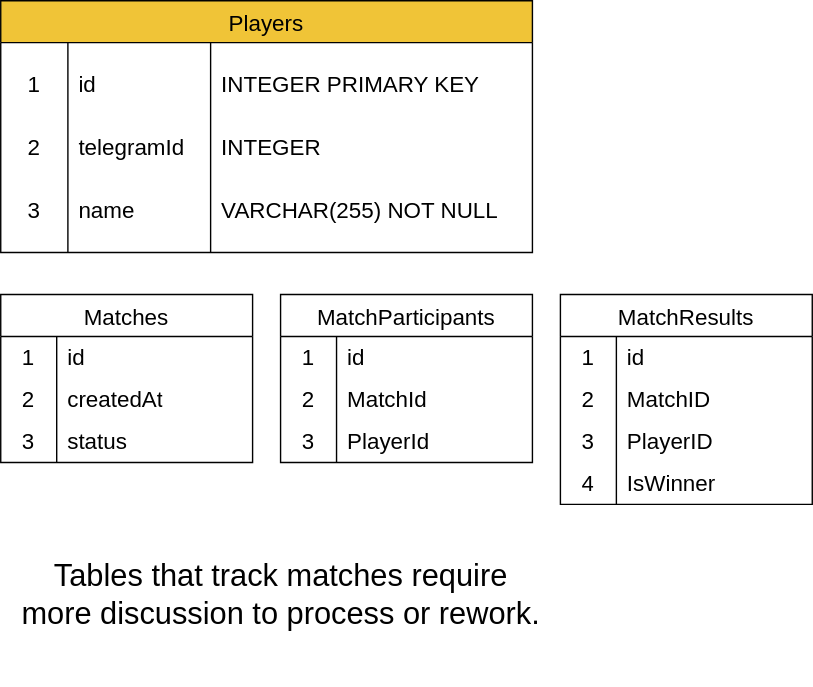
Earlier version of the draw.io export documentation/telegram-tennis-db-diagram.drawio.svg (excelsiooor-apps/dream-team). Source tidied: cells renumbered, new cells last; positions are measured from the earlier drawing's top-left corner, leaving out a move shared by most shapes.
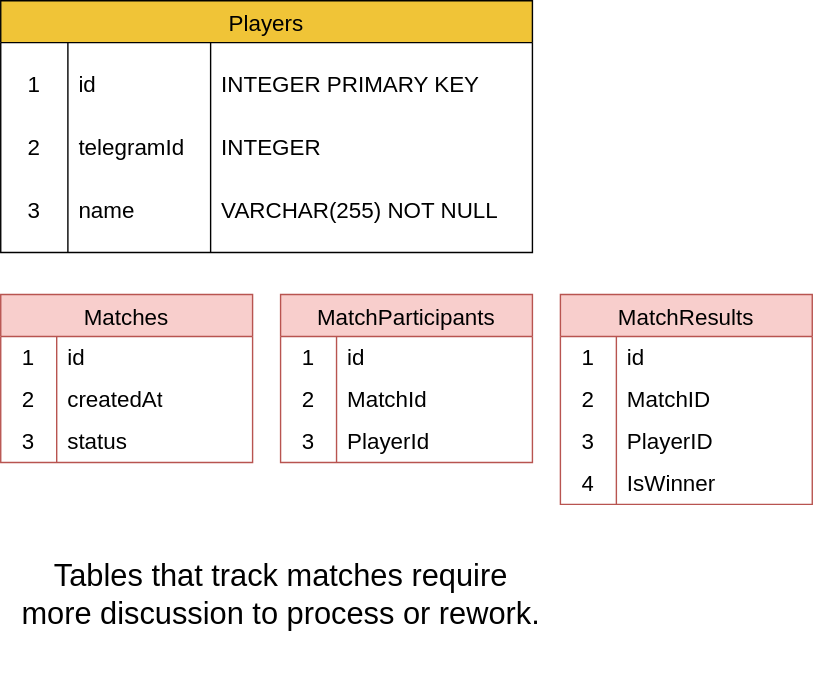
Above is the later version.

Commit message:
updating colors in tables telegram-tennis-db-diagram.drawio.svg

Diff of the diagram source:
```diff
@@ -41,7 +41,7 @@
     <mxCell id="14" value="VARCHAR(255) NOT NULL" style="shape=partialRectangle;html=1;whiteSpace=wrap;fillColor=none;top=0;left=0;bottom=0;right=0;align=left;spacingLeft=6;overflow=hidden;strokeColor=#000000;fontSize=16;strokeWidth=3;" parent="11" vertex="1">
       <mxGeometry x="150" width="230" height="60" as="geometry" />
     </mxCell>
-    <mxCell id="15" value="Matches " style="shape=table;startSize=30;rowLines=0;fontStyle=0;strokeColor=default;fontSize=16;" parent="1" vertex="1">
+    <mxCell id="15" value="Matches " style="shape=table;startSize=30;rowLines=0;fontStyle=0;strokeColor=#b85450;fontSize=16;fillColor=#f8cecc;" parent="1" vertex="1">
       <mxGeometry y="210" width="180" height="120" as="geometry" />
     </mxCell>
     <mxCell id="16" style="shape=tableRow;horizontal=0;startSize=0;swimlaneHead=0;swimlaneBody=0;top=0;left=0;bottom=0;right=0;fillColor=none;strokeColor=inherit;fontSize=16;" parent="15" vertex="1">
@@ -71,7 +71,7 @@
     <mxCell id="24" value="status" style="shape=partialRectangle;html=1;whiteSpace=wrap;fillColor=none;top=0;left=0;bottom=0;right=0;align=left;spacingLeft=6;overflow=hidden;strokeColor=inherit;fontSize=16;" parent="22" vertex="1">
       <mxGeometry x="40" width="140" height="30" as="geometry" />
     </mxCell>
-    <mxCell id="25" value="MatchParticipants " style="shape=table;startSize=30;rowLines=0;fontStyle=0;strokeColor=default;fontSize=16;" parent="1" vertex="1">
+    <mxCell id="25" value="MatchParticipants " style="shape=table;startSize=30;rowLines=0;fontStyle=0;strokeColor=#b85450;fontSize=16;fillColor=#f8cecc;" parent="1" vertex="1">
       <mxGeometry x="200" y="210" width="180" height="120" as="geometry" />
     </mxCell>
     <mxCell id="26" style="shape=tableRow;horizontal=0;startSize=0;swimlaneHead=0;swimlaneBody=0;top=0;left=0;bottom=0;right=0;fillColor=none;strokeColor=inherit;fontSize=16;" parent="25" vertex="1">
@@ -101,7 +101,7 @@
     <mxCell id="34" value="PlayerId" style="shape=partialRectangle;html=1;whiteSpace=wrap;fillColor=none;top=0;left=0;bottom=0;right=0;align=left;spacingLeft=6;overflow=hidden;strokeColor=inherit;fontSize=16;" parent="32" vertex="1">
       <mxGeometry x="40" width="140" height="30" as="geometry" />
     </mxCell>
-    <mxCell id="35" value="MatchResults " style="shape=table;startSize=30;rowLines=0;fontStyle=0;strokeColor=default;fontSize=16;" parent="1" vertex="1">
+    <mxCell id="35" value="MatchResults " style="shape=table;startSize=30;rowLines=0;fontStyle=0;strokeColor=#b85450;fontSize=16;fillColor=#f8cecc;" parent="1" vertex="1">
       <mxGeometry x="400" y="210" width="180" height="150" as="geometry" />
     </mxCell>
     <mxCell id="36" style="shape=tableRow;horizontal=0;startSize=0;swimlaneHead=0;swimlaneBody=0;top=0;left=0;bottom=0;right=0;fillColor=none;strokeColor=inherit;fontSize=16;" parent="35" vertex="1">
```
